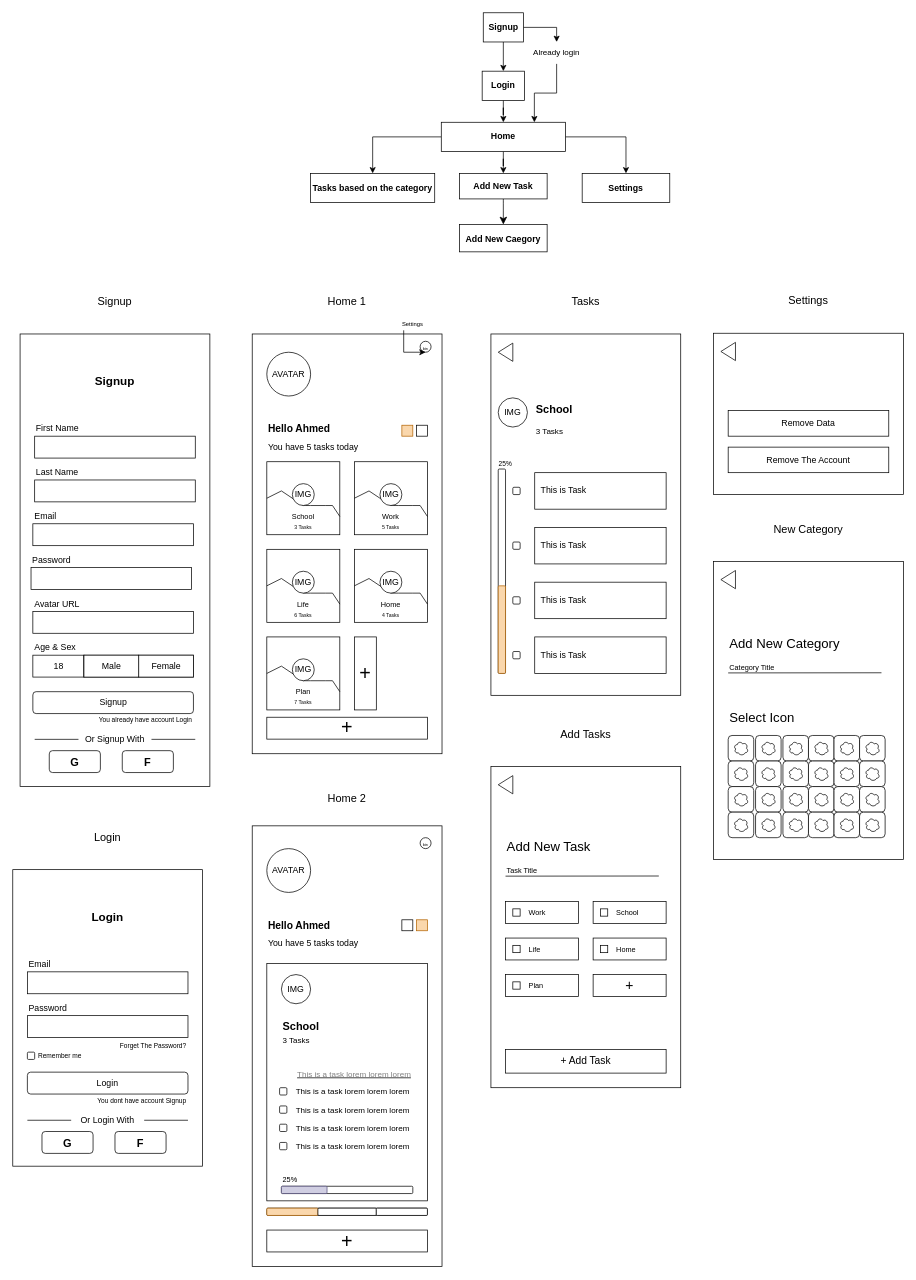
Above: design.drawio in AhmedNasser1010/react-todo-app (draw.io), before the change. Source tidied: cells renumbered, new cells numbered last; positions are measured from the earlier drawing's top-left corner, leaving out a move shared by most shapes. Both pictures are drawn from the tidied source at 73%, with x=0, y=0 at pixel (12, 12).
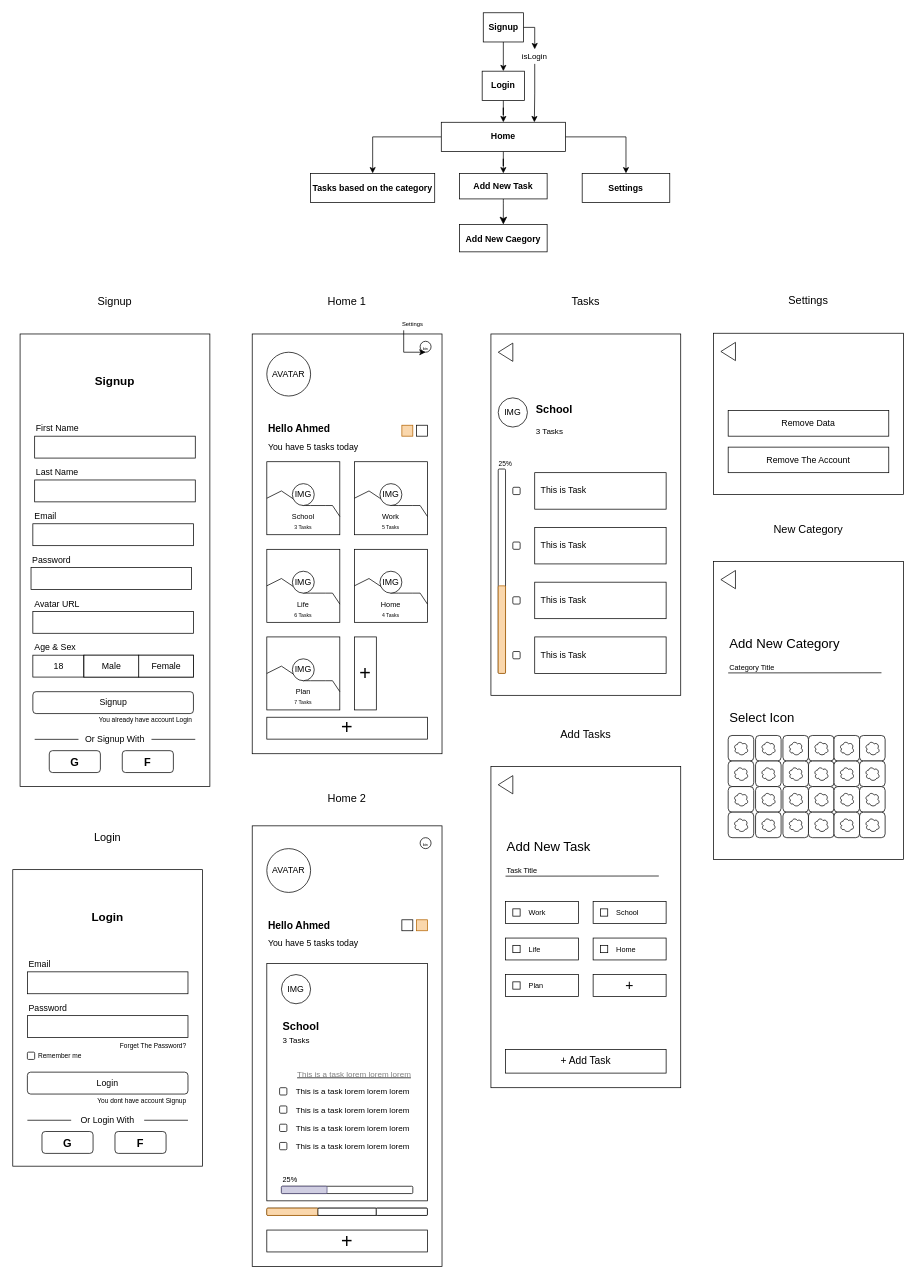
The same diagram, later.

Diff of the diagram source:
```diff
@@
-    <mxCell id="225" value="Already login" style="text;html=1;strokeColor=none;fillColor=none;align=center;verticalAlign=middle;whiteSpace=wrap;rounded=0;fontSize=11;" parent="1" vertex="1">
-      <mxGeometry x="710" y="40" width="70" height="30" as="geometry" />
+    <mxCell id="225" value="isLogin" style="text;html=1;strokeColor=none;fillColor=none;align=center;verticalAlign=middle;whiteSpace=wrap;rounded=0;fontSize=11;" parent="1" vertex="1">
+      <mxGeometry x="695" y="50" width="40" height="20" as="geometry" />
     </mxCell>
```
